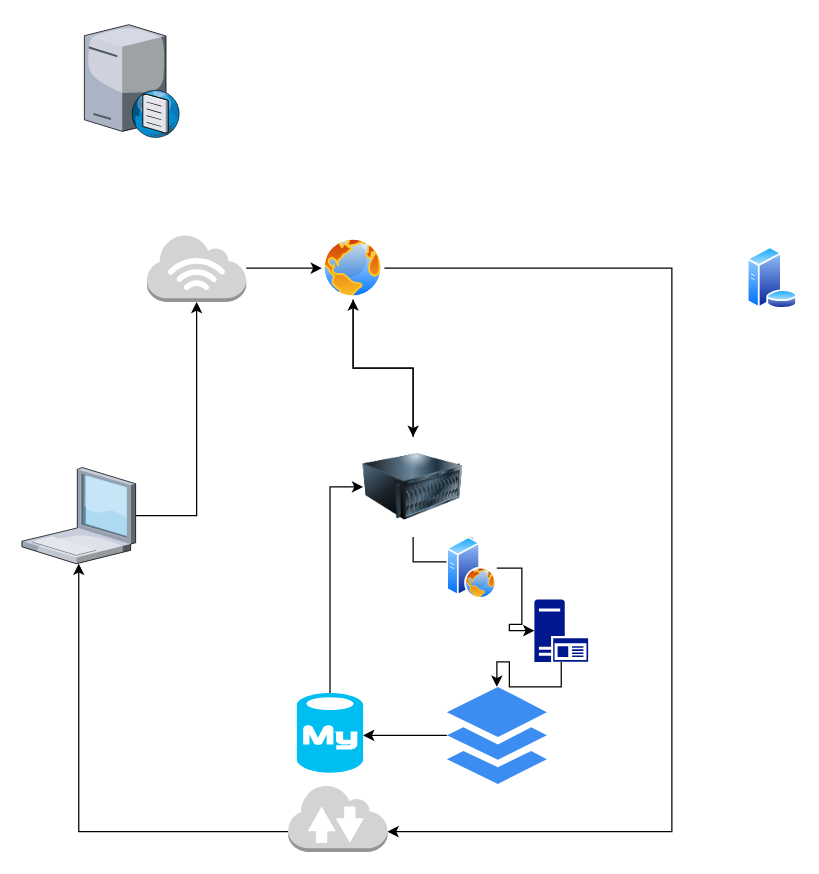
Fortune-0/alx-system_engineering-devops keeps this draw.io diagram as 0x09-web_infrastructure_design/web infrastructure.drawio. Above is the earlier version. Source tidied: cells renumbered, new cells numbered last; positions are measured from the earlier drawing's top-left corner, leaving out a move shared by most shapes. Both pictures are drawn from the tidied source at 125%, with x=0, y=0 at pixel (21, 21).
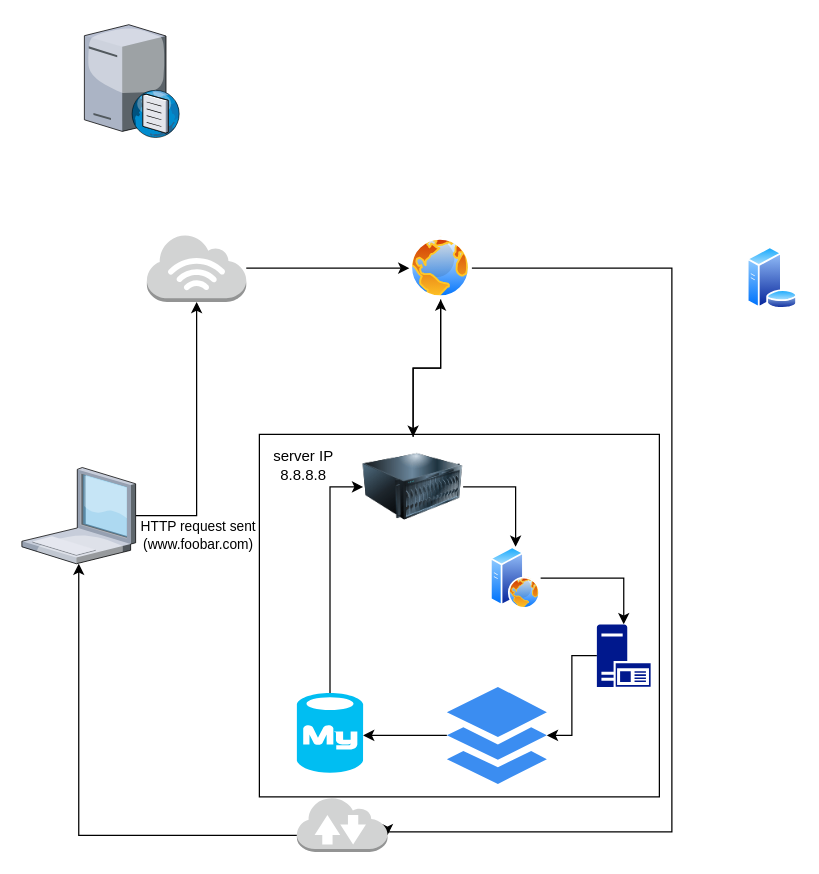
The same page after the edit.

The change refers to these unchanged cells:
```xml
<mxCell id="4" style="image;html=1;image=img/lib/clip_art/computers/Server_128x128.png;" parent="1" vertex="1">
  <mxGeometry x="273" y="332" width="80" height="80" as="geometry" />
</mxCell>
<mxCell id="11" style="edgeStyle=orthogonalEdgeStyle;rounded=0;jettySize=auto;html=1;" parent="1" edge="1" source="12" target="21">
  <mxGeometry relative="1" as="geometry" />
</mxCell>
```

Change to the diagram source:
```diff
@@
+    <mxCell id="24" style="whiteSpace=wrap;html=1;" parent="1" vertex="1">
+      <mxGeometry x="190" y="330" width="320" height="290" as="geometry" />
+    </mxCell>
@@
     <mxCell id="7" style="image;perimeter=ellipsePerimeter;html=1;align=center;shadow=0;dashed=0;spacingTop=3;image=img/lib/active_directory/web_server.svg;" parent="1" vertex="1">
-      <mxGeometry x="340" y="412" width="40" height="50" as="geometry" />
+      <mxGeometry x="375" y="420" width="40" height="50" as="geometry" />
     </mxCell>
@@
+    <mxCell id="25" value="HTTP request sent&lt;br&gt;(www.foobar.com)" style="edgeLabel;html=1;align=center;verticalAlign=middle;" parent="11" vertex="1">
+      <mxGeometry x="-0.89" y="-1" relative="1" as="geometry">
+        <mxPoint x="37" y="14" as="offset" />
+      </mxGeometry>
+    </mxCell>
@@
     <mxCell id="14" style="sketch=0;shadow=0;dashed=0;html=1;strokeColor=none;labelPosition=center;verticalLabelPosition=bottom;verticalAlign=top;align=center;fillColor=#00188D;shape=mxgraph.mscae.enterprise.application_server2;" parent="1" vertex="1">
-      <mxGeometry x="410" y="462" width="43" height="50" as="geometry" />
+      <mxGeometry x="460" y="482" width="43" height="50" as="geometry" />
     </mxCell>
@@
     <mxCell id="19" style="image;perimeter=ellipsePerimeter;html=1;align=center;shadow=0;dashed=0;spacingTop=3;image=img/lib/active_directory/internet_globe.svg;" parent="1" vertex="1">
-      <mxGeometry x="240" y="172" width="50" height="50" as="geometry" />
+      <mxGeometry x="310" y="172" width="50" height="50" as="geometry" />
     </mxCell>
@@
     <mxCell id="23" style="outlineConnect=0;dashed=0;verticalLabelPosition=bottom;verticalAlign=top;align=center;html=1;shape=mxgraph.aws3.internet_2;fillColor=#D2D3D3;gradientColor=none;" parent="1" vertex="1">
-      <mxGeometry x="213" y="610" width="79.5" height="54" as="geometry" />
+      <mxGeometry x="220" y="620" width="72.5" height="44" as="geometry" />
     </mxCell>
+    <mxCell id="26" style="edgeStyle=orthogonalEdgeStyle;rounded=0;orthogonalLoop=1;jettySize=auto;html=1;exitX=0.5;exitY=1;exitDx=0;exitDy=0;" parent="1" edge="1" source="4" target="4">
+      <mxGeometry relative="1" as="geometry" />
+    </mxCell>
+    <mxCell id="27" style="edgeStyle=orthogonalEdgeStyle;rounded=0;orthogonalLoop=1;jettySize=auto;html=1;exitX=0.5;exitY=1;exitDx=0;exitDy=0;" parent="1" edge="1" source="24" target="24">
+      <mxGeometry relative="1" as="geometry" />
+    </mxCell>
+    <mxCell id="28" value="server IP&lt;br&gt;8.8.8.8" style="text;html=1;align=center;verticalAlign=middle;strokeColor=none;fillColor=none;" parent="1" vertex="1">
+      <mxGeometry x="190" y="335" width="70" height="40" as="geometry" />
+    </mxCell>
```
